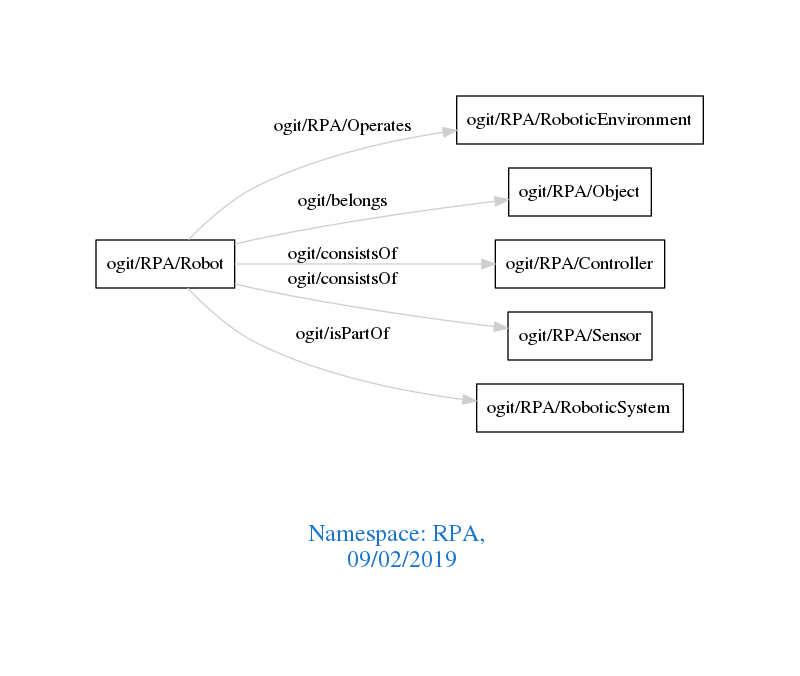
This is downloads/RPA.png from arago/OGIT, a Graphviz export, as it was before one commit. Its source is kept beside it as downloads/RPA.dot.
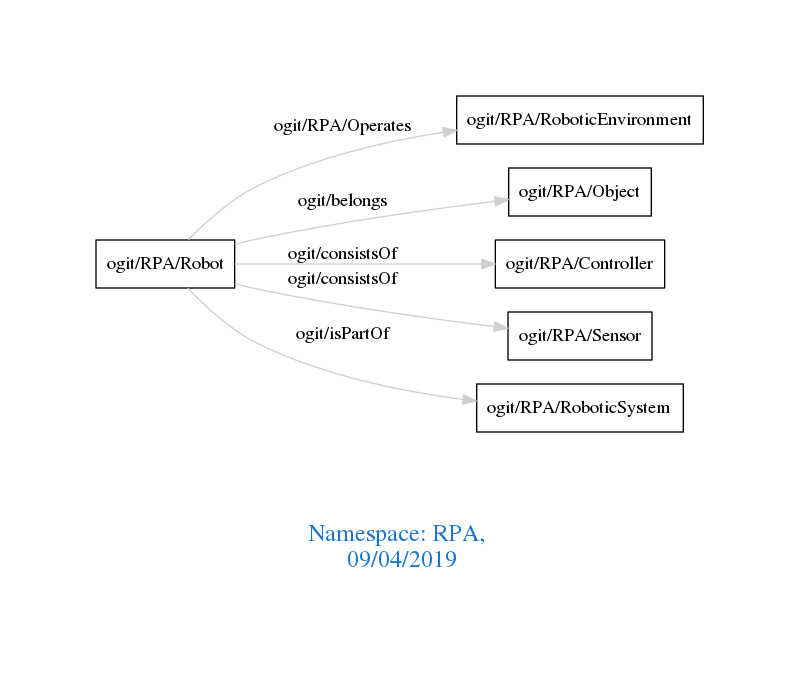
After the change.

Change to the diagram source:
```diff
@@ -1,7 +1,7 @@
 digraph OGIT_ontology {
  graph [ rankdir= LR,pad=1
 fontsize = 18,
-fontcolor= dodgerblue3,label = "\n\n\nNamespace: RPA, \n 09/02/2019"];
+fontcolor= dodgerblue3,label = "\n\n\nNamespace: RPA, \n 09/04/2019"];
 node[shape=polygon];
 edge [  color="gray81"];
 
```
